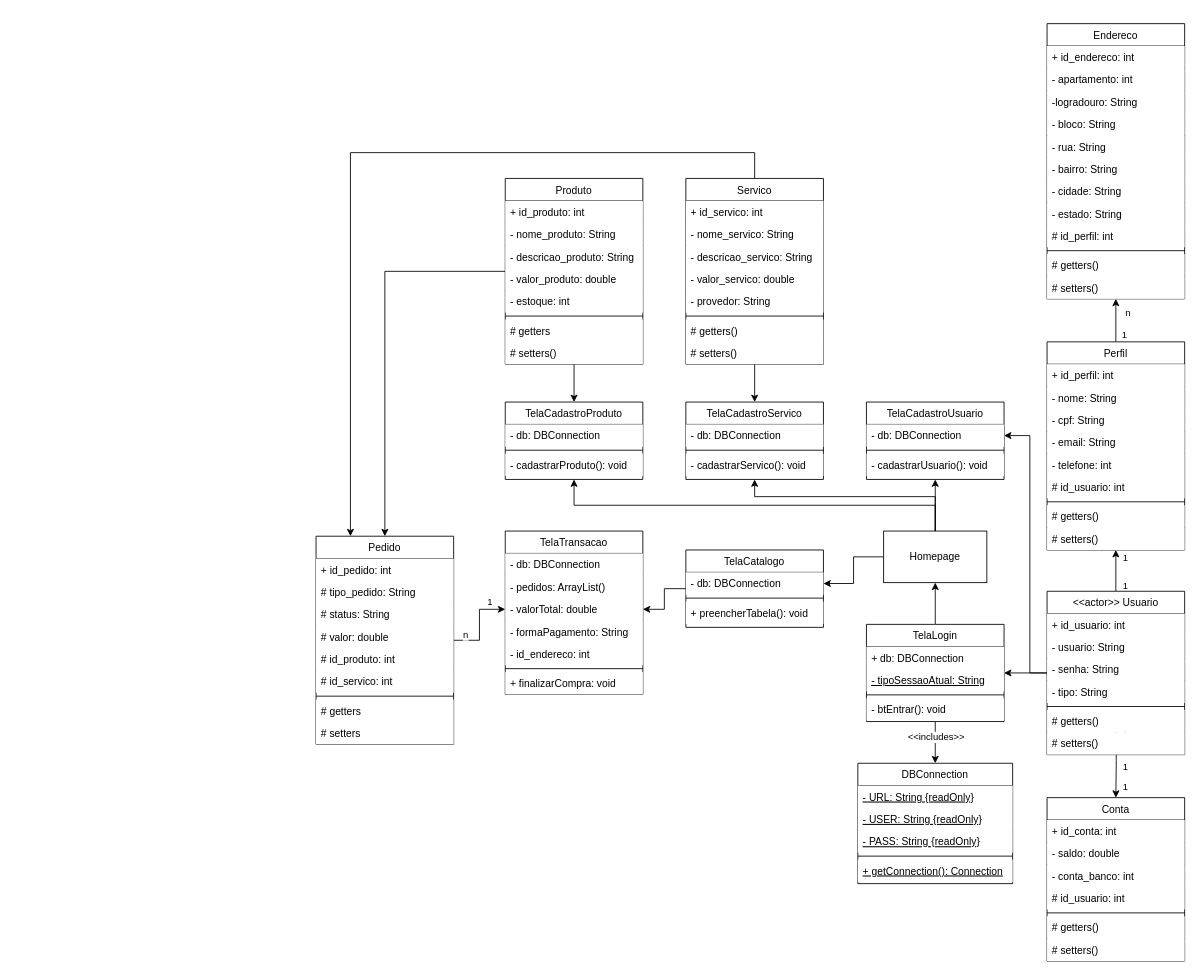
This is Diagrama sem nome.drawio from MolisaxD/VixMinSA, a draw.io file, before an edit. Source tidied: cells renumbered, new cells numbered last; positions are measured from the earlier drawing's top-left corner, leaving out a move shared by most shapes. Both pictures are drawn from the tidied source at 86%, with x=0, y=0 at pixel (316, 23).
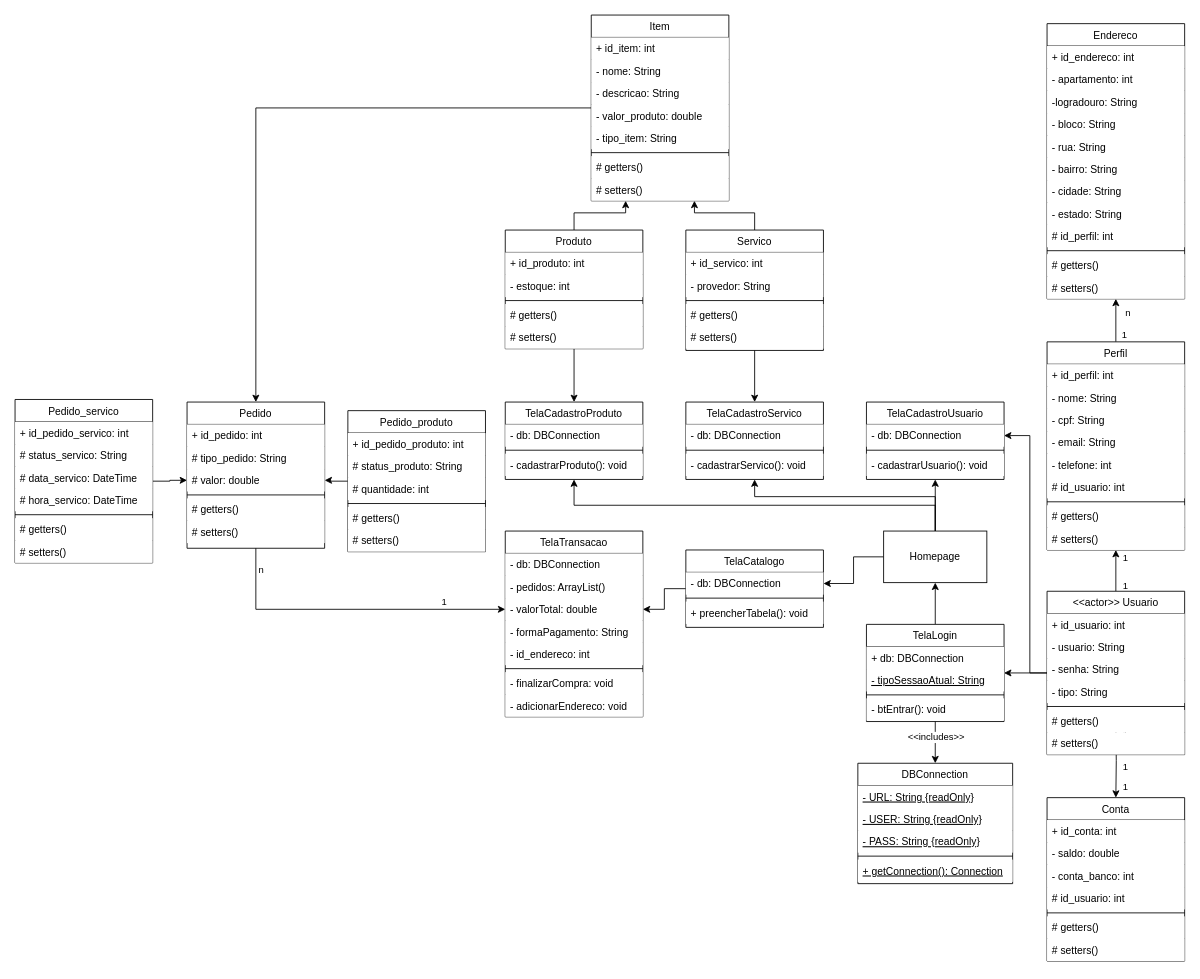
The same diagram, later.

The edit, as a diff of the source:
```diff
@@
-    <mxCell id="34" style="edgeStyle=orthogonalEdgeStyle;rounded=0;jettySize=auto;html=1;entryX=0.5;entryY=0;entryDx=0;entryDy=0;" parent="1" edge="1" source="35" target="105">
-      <mxGeometry relative="1" as="geometry" />
-    </mxCell>
+    <mxCell id="132" style="edgeStyle=orthogonalEdgeStyle;rounded=0;jettySize=auto;html=1;" parent="1" edge="1" source="35" target="136">
+      <mxGeometry relative="1" as="geometry">
+        <Array as="points">
+          <mxPoint x="300" y="220" />
+          <mxPoint x="360" y="220" />
+        </Array>
+      </mxGeometry>
+    </mxCell>
     <mxCell id="35" value="Produto" style="swimlane;fontStyle=0;align=center;verticalAlign=top;horizontal=1;startSize=26;rounded=0;shadow=0;strokeWidth=1;fillColor=default;gradientColor=none;" parent="1" vertex="1">
-      <mxGeometry x="220" y="180" width="160" height="216" as="geometry" />
+      <mxGeometry x="220" y="240" width="160" height="138" as="geometry" />
     </mxCell>
@@
-    <mxCell id="37" value="- nome_produto: String" style="text;align=left;verticalAlign=top;spacingLeft=4;spacingRight=4;overflow=hidden;rounded=0;shadow=0;html=0;fillColor=default;" parent="35" vertex="1">
-      <mxGeometry y="52" width="160" height="26" as="geometry" />
-    </mxCell>
-    <mxCell id="38" value="- descricao_produto: String" style="text;align=left;verticalAlign=top;spacingLeft=4;spacingRight=4;overflow=hidden;rounded=0;shadow=0;html=0;fillColor=default;" parent="35" vertex="1">
-      <mxGeometry y="78" width="160" height="26" as="geometry" />
-    </mxCell>
-    <mxCell id="39" value="- valor_produto: double" style="text;align=left;verticalAlign=top;spacingLeft=4;spacingRight=4;overflow=hidden;rounded=0;shadow=0;html=0;fillColor=default;" parent="35" vertex="1">
-      <mxGeometry y="104" width="160" height="26" as="geometry" />
-    </mxCell>
     <mxCell id="40" value="- estoque: int" style="text;align=left;verticalAlign=top;spacingLeft=4;spacingRight=4;overflow=hidden;rounded=0;shadow=0;html=0;fillColor=default;" parent="35" vertex="1">
-      <mxGeometry y="130" width="160" height="26" as="geometry" />
+      <mxGeometry y="52" width="160" height="26" as="geometry" />
     </mxCell>
     <mxCell id="41" style="line;html=1;strokeWidth=1;align=left;verticalAlign=middle;spacingTop=-1;spacingLeft=3;spacingRight=3;labelPosition=right;" parent="35" vertex="1">
-      <mxGeometry y="156" width="160" height="8" as="geometry" />
+      <mxGeometry y="78" width="160" height="8" as="geometry" />
     </mxCell>
-    <mxCell id="42" value="# getters" style="text;align=left;verticalAlign=top;spacingLeft=4;spacingRight=4;overflow=hidden;fillColor=default;" parent="35" vertex="1">
-      <mxGeometry y="164" width="160" height="26" as="geometry" />
+    <mxCell id="42" value="# getters()" style="text;align=left;verticalAlign=top;spacingLeft=4;spacingRight=4;overflow=hidden;fillColor=default;" parent="35" vertex="1">
+      <mxGeometry y="86" width="160" height="26" as="geometry" />
     </mxCell>
     <mxCell id="43" value="# setters()" style="text;align=left;verticalAlign=top;spacingLeft=4;spacingRight=4;overflow=hidden;fillColor=default;" parent="35" vertex="1">
-      <mxGeometry y="190" width="160" height="26" as="geometry" />
+      <mxGeometry y="112" width="160" height="26" as="geometry" />
     </mxCell>
@@
-    <mxCell id="45" style="edgeStyle=orthogonalEdgeStyle;rounded=0;jettySize=auto;html=1;entryX=0.25;entryY=0;entryDx=0;entryDy=0;" parent="1" edge="1" source="46" target="105">
-      <mxGeometry relative="1" as="geometry">
-        <Array as="points">
-          <mxPoint x="510" y="150" />
-          <mxPoint x="40" y="150" />
-        </Array>
-      </mxGeometry>
-    </mxCell>
+    <mxCell id="133" style="edgeStyle=orthogonalEdgeStyle;rounded=0;jettySize=auto;html=1;entryX=0.75;entryY=1;entryDx=0;entryDy=0;" parent="1" edge="1" source="46" target="136">
+      <mxGeometry relative="1" as="geometry" />
+    </mxCell>
     <mxCell id="46" value="Servico" style="swimlane;fontStyle=0;align=center;verticalAlign=top;horizontal=1;startSize=26;rounded=0;shadow=0;strokeWidth=1;fillColor=default;gradientColor=none;" parent="1" vertex="1">
-      <mxGeometry x="430" y="180" width="160" height="216" as="geometry" />
+      <mxGeometry x="430" y="240" width="160" height="140" as="geometry" />
     </mxCell>
@@
-    <mxCell id="48" value="- nome_servico: String" style="text;align=left;verticalAlign=top;spacingLeft=4;spacingRight=4;overflow=hidden;rounded=0;shadow=0;html=0;fillColor=default;" parent="46" vertex="1">
-      <mxGeometry y="52" width="160" height="26" as="geometry" />
-    </mxCell>
-    <mxCell id="49" value="- descricao_servico: String" style="text;align=left;verticalAlign=top;spacingLeft=4;spacingRight=4;overflow=hidden;rounded=0;shadow=0;html=0;fillColor=default;" parent="46" vertex="1">
-      <mxGeometry y="78" width="160" height="26" as="geometry" />
-    </mxCell>
-    <mxCell id="50" value="- valor_servico: double" style="text;align=left;verticalAlign=top;spacingLeft=4;spacingRight=4;overflow=hidden;rounded=0;shadow=0;html=0;fillColor=default;" parent="46" vertex="1">
-      <mxGeometry y="104" width="160" height="26" as="geometry" />
-    </mxCell>
     <mxCell id="51" value="- provedor: String" style="text;align=left;verticalAlign=top;spacingLeft=4;spacingRight=4;overflow=hidden;rounded=0;shadow=0;html=0;fillColor=default;" parent="46" vertex="1">
-      <mxGeometry y="130" width="160" height="26" as="geometry" />
+      <mxGeometry y="52" width="160" height="26" as="geometry" />
     </mxCell>
     <mxCell id="52" style="line;html=1;strokeWidth=1;align=left;verticalAlign=middle;spacingTop=-1;spacingLeft=3;spacingRight=3;labelPosition=right;" parent="46" vertex="1">
-      <mxGeometry y="156" width="160" height="8" as="geometry" />
+      <mxGeometry y="78" width="160" height="8" as="geometry" />
     </mxCell>
     <mxCell id="53" value="# getters()" style="text;align=left;verticalAlign=top;spacingLeft=4;spacingRight=4;overflow=hidden;fillColor=default;" parent="46" vertex="1">
-      <mxGeometry y="164" width="160" height="26" as="geometry" />
+      <mxGeometry y="86" width="160" height="26" as="geometry" />
     </mxCell>
     <mxCell id="54" value="# setters()" style="text;align=left;verticalAlign=top;spacingLeft=4;spacingRight=4;overflow=hidden;fillColor=default;" parent="46" vertex="1">
-      <mxGeometry y="190" width="160" height="26" as="geometry" />
+      <mxGeometry y="112" width="160" height="26" as="geometry" />
     </mxCell>
@@
     <mxCell id="94" value="TelaTransacao" style="swimlane;fontStyle=0;align=center;verticalAlign=top;horizontal=1;startSize=26;rounded=0;shadow=0;strokeWidth=1;fillColor=default;gradientColor=none;" parent="1" vertex="1">
-      <mxGeometry x="220" y="590" width="160" height="190" as="geometry" />
+      <mxGeometry x="220" y="590" width="160" height="216" as="geometry" />
     </mxCell>
@@
-    <mxCell id="101" value="+ finalizarCompra: void " style="text;align=left;verticalAlign=top;spacingLeft=4;spacingRight=4;overflow=hidden;fillColor=default;" parent="94" vertex="1">
+    <mxCell id="101" value="- finalizarCompra: void " style="text;align=left;verticalAlign=top;spacingLeft=4;spacingRight=4;overflow=hidden;fillColor=default;" parent="94" vertex="1">
       <mxGeometry y="164" width="160" height="26" as="geometry" />
     </mxCell>
+    <mxCell id="134" value="- adicionarEndereco: void " style="text;align=left;verticalAlign=top;spacingLeft=4;spacingRight=4;overflow=hidden;fillColor=default;" parent="94" vertex="1">
+      <mxGeometry y="190" width="160" height="26" as="geometry" />
+    </mxCell>
@@
     <mxCell id="105" value="Pedido" style="swimlane;fontStyle=0;align=center;verticalAlign=top;horizontal=1;startSize=26;rounded=0;shadow=0;strokeWidth=1;fillColor=default;gradientColor=none;" parent="1" vertex="1">
-      <mxGeometry y="596" width="160" height="242" as="geometry" />
+      <mxGeometry x="-150" y="440" width="160" height="170" as="geometry" />
     </mxCell>
@@
-    <mxCell id="108" value="# status: String" style="text;align=left;verticalAlign=top;spacingLeft=4;spacingRight=4;overflow=hidden;rounded=0;shadow=0;html=0;fillColor=default;" parent="105" vertex="1">
-      <mxGeometry y="78" width="160" height="26" as="geometry" />
-    </mxCell>
     <mxCell id="109" value="# valor: double" style="text;align=left;verticalAlign=top;spacingLeft=4;spacingRight=4;overflow=hidden;points=[[0,0.5],[1,0.5]];portConstraint=eastwest;rounded=0;shadow=0;html=0;fillColor=default;" parent="105" vertex="1">
-      <mxGeometry y="104" width="160" height="26" as="geometry" />
+      <mxGeometry y="78" width="160" height="26" as="geometry" />
     </mxCell>
-    <mxCell id="110" value="# id_produto: int" style="text;align=left;verticalAlign=top;spacingLeft=4;spacingRight=4;overflow=hidden;rounded=0;shadow=0;html=0;fillColor=default;" parent="105" vertex="1">
-      <mxGeometry y="130" width="160" height="26" as="geometry" />
-    </mxCell>
-    <mxCell id="111" value="# id_servico: int" style="text;align=left;verticalAlign=top;spacingLeft=4;spacingRight=4;overflow=hidden;rounded=0;shadow=0;html=0;fillColor=default;" parent="105" vertex="1">
-      <mxGeometry y="156" width="160" height="26" as="geometry" />
-    </mxCell>
     <mxCell id="112" style="line;html=1;strokeWidth=1;align=left;verticalAlign=middle;spacingTop=-1;spacingLeft=3;spacingRight=3;labelPosition=right;" parent="105" vertex="1">
-      <mxGeometry y="182" width="160" height="8" as="geometry" />
+      <mxGeometry y="104" width="160" height="8" as="geometry" />
     </mxCell>
-    <mxCell id="113" value="# getters" style="text;align=left;verticalAlign=top;spacingLeft=4;spacingRight=4;overflow=hidden;fillColor=default;" parent="105" vertex="1">
-      <mxGeometry y="190" width="160" height="26" as="geometry" />
+    <mxCell id="113" value="# getters()" style="text;align=left;verticalAlign=top;spacingLeft=4;spacingRight=4;overflow=hidden;fillColor=default;" parent="105" vertex="1">
+      <mxGeometry y="112" width="160" height="26" as="geometry" />
     </mxCell>
-    <mxCell id="114" value="# setters" style="text;align=left;verticalAlign=top;spacingLeft=4;spacingRight=4;overflow=hidden;fillColor=default;" parent="105" vertex="1">
-      <mxGeometry y="216" width="160" height="26" as="geometry" />
+    <mxCell id="114" value="# setters()" style="text;align=left;verticalAlign=top;spacingLeft=4;spacingRight=4;overflow=hidden;fillColor=default;" parent="105" vertex="1">
+      <mxGeometry y="138" width="160" height="26" as="geometry" />
     </mxCell>
@@
+    <mxCell id="135" style="edgeStyle=orthogonalEdgeStyle;rounded=0;jettySize=auto;html=1;" parent="1" edge="1" source="136" target="105">
+      <mxGeometry relative="1" as="geometry" />
+    </mxCell>
+    <mxCell id="136" value="Item" style="swimlane;fontStyle=0;align=center;verticalAlign=top;horizontal=1;startSize=26;rounded=0;shadow=0;strokeWidth=1;fillColor=default;gradientColor=none;" parent="1" vertex="1">
+      <mxGeometry x="320" y="-10" width="160" height="216" as="geometry" />
+    </mxCell>
+    <mxCell id="137" value="+ id_item: int" style="text;align=left;verticalAlign=top;spacingLeft=4;spacingRight=4;overflow=hidden;fillColor=default;" parent="136" vertex="1">
+      <mxGeometry y="26" width="160" height="26" as="geometry" />
+    </mxCell>
+    <mxCell id="138" value="- nome: String" style="text;align=left;verticalAlign=top;spacingLeft=4;spacingRight=4;overflow=hidden;rounded=0;shadow=0;html=0;fillColor=default;" parent="136" vertex="1">
+      <mxGeometry y="52" width="160" height="26" as="geometry" />
+    </mxCell>
+    <mxCell id="139" value="- descricao: String" style="text;align=left;verticalAlign=top;spacingLeft=4;spacingRight=4;overflow=hidden;rounded=0;shadow=0;html=0;fillColor=default;" parent="136" vertex="1">
+      <mxGeometry y="78" width="160" height="26" as="geometry" />
+    </mxCell>
+    <mxCell id="39" value="- valor_produto: double" style="text;align=left;verticalAlign=top;spacingLeft=4;spacingRight=4;overflow=hidden;rounded=0;shadow=0;html=0;fillColor=default;" parent="136" vertex="1">
+      <mxGeometry y="104" width="160" height="26" as="geometry" />
+    </mxCell>
+    <mxCell id="140" value="- tipo_item: String" style="text;align=left;verticalAlign=top;spacingLeft=4;spacingRight=4;overflow=hidden;rounded=0;shadow=0;html=0;fillColor=default;" parent="136" vertex="1">
+      <mxGeometry y="130" width="160" height="26" as="geometry" />
+    </mxCell>
+    <mxCell id="141" style="line;html=1;strokeWidth=1;align=left;verticalAlign=middle;spacingTop=-1;spacingLeft=3;spacingRight=3;labelPosition=right;" parent="136" vertex="1">
+      <mxGeometry y="156" width="160" height="8" as="geometry" />
+    </mxCell>
+    <mxCell id="142" value="# getters()" style="text;align=left;verticalAlign=top;spacingLeft=4;spacingRight=4;overflow=hidden;fillColor=default;" parent="136" vertex="1">
+      <mxGeometry y="164" width="160" height="26" as="geometry" />
+    </mxCell>
+    <mxCell id="143" value="# setters()" style="text;align=left;verticalAlign=top;spacingLeft=4;spacingRight=4;overflow=hidden;fillColor=default;" parent="136" vertex="1">
+      <mxGeometry y="190" width="160" height="26" as="geometry" />
+    </mxCell>
+    <mxCell id="144" style="edgeStyle=orthogonalEdgeStyle;rounded=0;jettySize=auto;html=1;entryX=1;entryY=0.5;entryDx=0;entryDy=0;" parent="1" edge="1" source="145" target="109">
+      <mxGeometry relative="1" as="geometry" />
+    </mxCell>
+    <mxCell id="145" value="Pedido_produto&#10;" style="swimlane;fontStyle=0;align=center;verticalAlign=top;horizontal=1;startSize=26;rounded=0;shadow=0;strokeWidth=1;fillColor=default;gradientColor=none;" parent="1" vertex="1">
+      <mxGeometry x="37" y="450" width="160" height="164" as="geometry" />
+    </mxCell>
+    <mxCell id="146" value="+ id_pedido_produto: int" style="text;align=left;verticalAlign=top;spacingLeft=4;spacingRight=4;overflow=hidden;fillColor=default;" parent="145" vertex="1">
+      <mxGeometry y="26" width="160" height="26" as="geometry" />
+    </mxCell>
+    <mxCell id="147" value="# status_produto: String" style="text;align=left;verticalAlign=top;spacingLeft=4;spacingRight=4;overflow=hidden;rounded=0;shadow=0;html=0;fillColor=default;" parent="145" vertex="1">
+      <mxGeometry y="52" width="160" height="26" as="geometry" />
+    </mxCell>
+    <mxCell id="148" value="# quantidade: int" style="text;align=left;verticalAlign=top;spacingLeft=4;spacingRight=4;overflow=hidden;rounded=0;shadow=0;html=0;fillColor=default;" parent="145" vertex="1">
+      <mxGeometry y="78" width="160" height="26" as="geometry" />
+    </mxCell>
+    <mxCell id="149" style="line;html=1;strokeWidth=1;align=left;verticalAlign=middle;spacingTop=-1;spacingLeft=3;spacingRight=3;labelPosition=right;" parent="145" vertex="1">
+      <mxGeometry y="104" width="160" height="8" as="geometry" />
+    </mxCell>
+    <mxCell id="150" value="# getters()" style="text;align=left;verticalAlign=top;spacingLeft=4;spacingRight=4;overflow=hidden;fillColor=default;" parent="145" vertex="1">
+      <mxGeometry y="112" width="160" height="26" as="geometry" />
+    </mxCell>
+    <mxCell id="151" value="# setters()" style="text;align=left;verticalAlign=top;spacingLeft=4;spacingRight=4;overflow=hidden;fillColor=default;" parent="145" vertex="1">
+      <mxGeometry y="138" width="160" height="26" as="geometry" />
+    </mxCell>
+    <mxCell id="152" style="edgeStyle=orthogonalEdgeStyle;rounded=0;jettySize=auto;html=1;entryX=0;entryY=0.5;entryDx=0;entryDy=0;" parent="1" edge="1" source="153" target="109">
+      <mxGeometry relative="1" as="geometry" />
+    </mxCell>
+    <mxCell id="153" value="Pedido_servico" style="swimlane;fontStyle=0;align=center;verticalAlign=top;horizontal=1;startSize=26;rounded=0;shadow=0;strokeWidth=1;fillColor=default;gradientColor=none;" parent="1" vertex="1">
+      <mxGeometry x="-350" y="437" width="160" height="190" as="geometry" />
+    </mxCell>
+    <mxCell id="154" value="+ id_pedido_servico: int" style="text;align=left;verticalAlign=top;spacingLeft=4;spacingRight=4;overflow=hidden;fillColor=default;" parent="153" vertex="1">
+      <mxGeometry y="26" width="160" height="26" as="geometry" />
+    </mxCell>
+    <mxCell id="155" value="# status_servico: String" style="text;align=left;verticalAlign=top;spacingLeft=4;spacingRight=4;overflow=hidden;rounded=0;shadow=0;html=0;fillColor=default;" parent="153" vertex="1">
+      <mxGeometry y="52" width="160" height="26" as="geometry" />
+    </mxCell>
+    <mxCell id="156" value="# data_servico: DateTime" style="text;align=left;verticalAlign=top;spacingLeft=4;spacingRight=4;overflow=hidden;rounded=0;shadow=0;html=0;fillColor=default;" parent="153" vertex="1">
+      <mxGeometry y="78" width="160" height="26" as="geometry" />
+    </mxCell>
+    <mxCell id="157" value="# hora_servico: DateTime" style="text;align=left;verticalAlign=top;spacingLeft=4;spacingRight=4;overflow=hidden;rounded=0;shadow=0;html=0;fillColor=default;" parent="153" vertex="1">
+      <mxGeometry y="104" width="160" height="26" as="geometry" />
+    </mxCell>
+    <mxCell id="158" style="line;html=1;strokeWidth=1;align=left;verticalAlign=middle;spacingTop=-1;spacingLeft=3;spacingRight=3;labelPosition=right;" parent="153" vertex="1">
+      <mxGeometry y="130" width="160" height="8" as="geometry" />
+    </mxCell>
+    <mxCell id="159" value="# getters()" style="text;align=left;verticalAlign=top;spacingLeft=4;spacingRight=4;overflow=hidden;fillColor=default;" parent="153" vertex="1">
+      <mxGeometry y="138" width="160" height="26" as="geometry" />
+    </mxCell>
+    <mxCell id="160" value="# setters()" style="text;align=left;verticalAlign=top;spacingLeft=4;spacingRight=4;overflow=hidden;fillColor=default;" parent="153" vertex="1">
+      <mxGeometry y="164" width="160" height="26" as="geometry" />
+    </mxCell>
```
